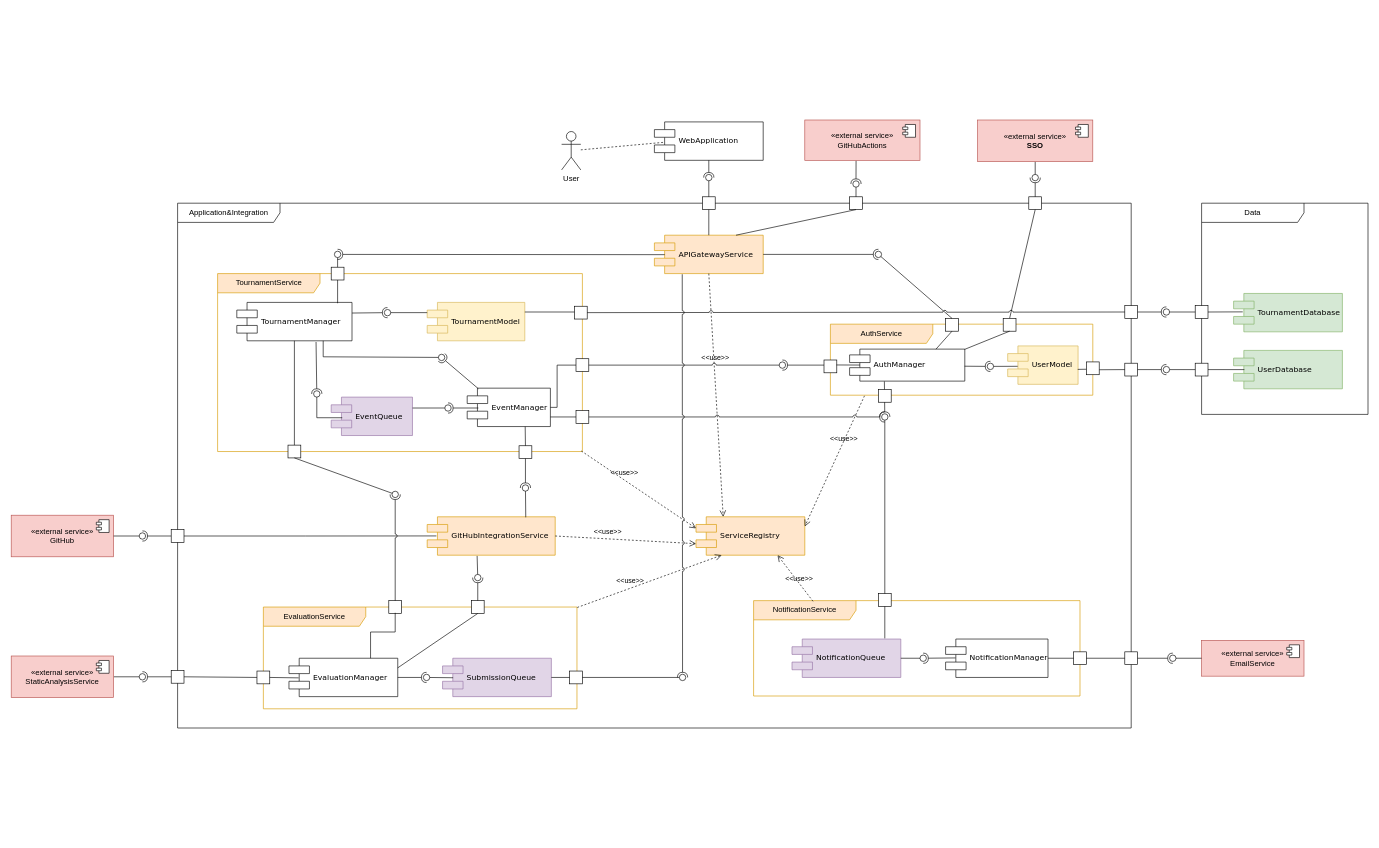
Above: DD/Diagrams/component_diagram.drawio in TommasoCapacci/SEII-2024-Capacci-Ginestroni (draw.io), before the change. Source tidied: cells renumbered, new cells numbered last; positions are measured from the earlier drawing's top-left corner, leaving out a move shared by most shapes. Both pictures are drawn from the tidied source at 64%, with x=0, y=0 at pixel (11, 11).
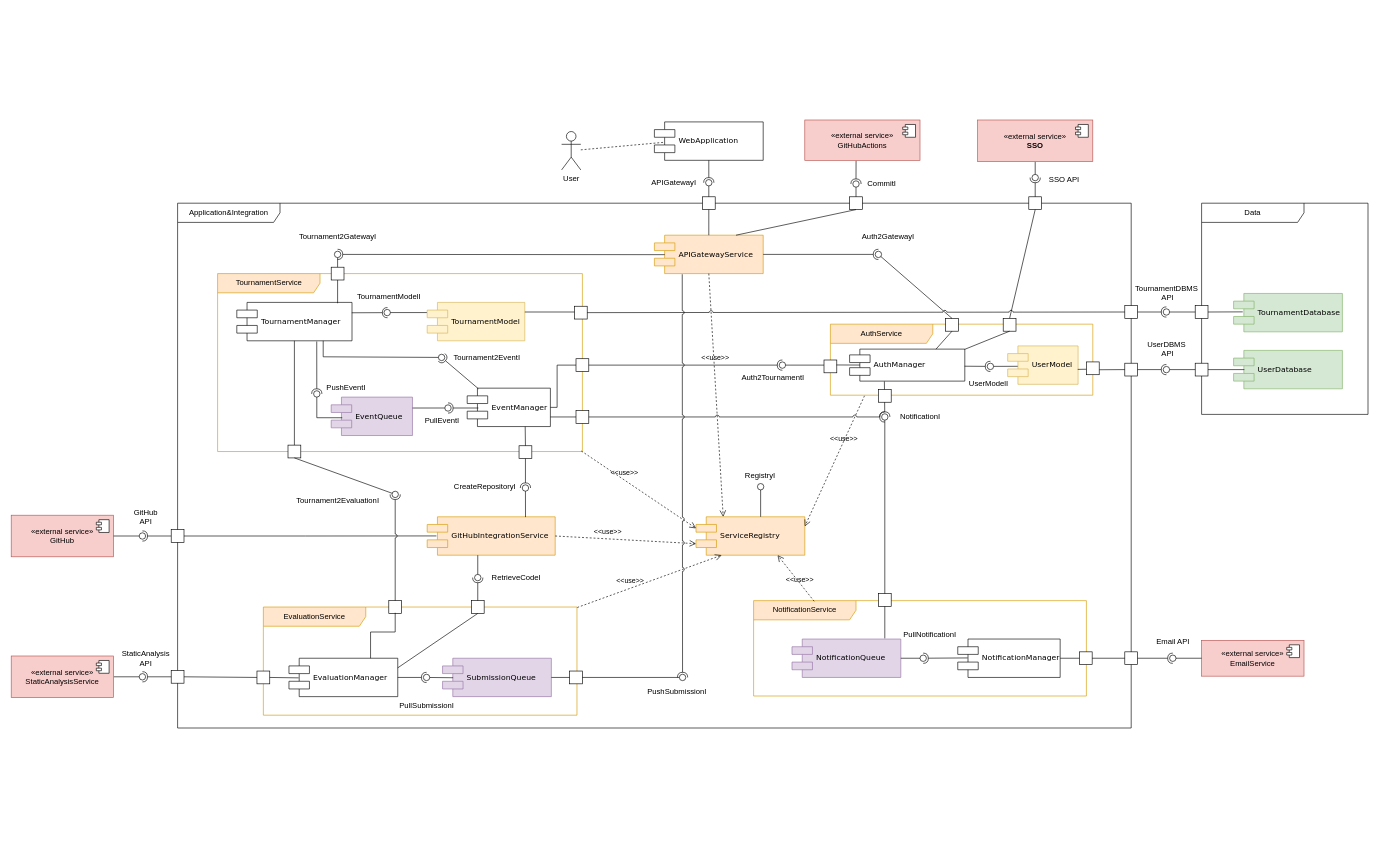
The same page after the edit.

Commit message (it also covers changes not shown here):
added interface names to component diagram

Unchanged cells that the change refers to:
```xml
<mxCell id="3" value="Application&amp;amp;Integration" style="shape=umlFrame;whiteSpace=wrap;html=1;width=160;" parent="1" vertex="1">
  <mxGeometry x="260" y="300" width="1490" height="820" as="geometry" />
</mxCell>
<mxCell id="5" value="GitHubIntegrationService" style="shape=component;align=left;spacingLeft=36;rounded=0;shadow=0;comic=0;labelBackgroundColor=none;strokeWidth=1;fontFamily=Verdana;fontSize=12;html=1;fillColor=#ffe6cc;strokeColor=#d79b00;" parent="3" vertex="1">
  <mxGeometry x="390" y="490" width="200" height="60" as="geometry" />
</mxCell>
<mxCell id="13" value="TournamentService" style="shape=umlFrame;whiteSpace=wrap;html=1;width=160;fillColor=#ffe6cc;strokeColor=#d79b00;" parent="3" vertex="1">
  <mxGeometry x="62.5" y="110" width="570" height="278" as="geometry" />
</mxCell>
<mxCell id="14" value="TournamentManager" style="shape=component;align=left;spacingLeft=36;rounded=0;shadow=0;comic=0;labelBackgroundColor=none;strokeWidth=1;fontFamily=Verdana;fontSize=12;html=1;" parent="13" vertex="1">
  <mxGeometry x="30" y="45" width="180" height="60" as="geometry" />
</mxCell>
<mxCell id="23" style="ellipse;whiteSpace=wrap;html=1;align=center;fillColor=none;strokeColor=none;perimeter=centerPerimeter;points=[];outlineConnect=1;" parent="13" vertex="1">
  <mxGeometry x="150" y="183" width="10" height="10" as="geometry" />
</mxCell>
<mxCell id="35" style="ellipse;whiteSpace=wrap;html=1;align=center;fillColor=none;strokeColor=none;perimeter=centerPerimeter;points=[];outlineConnect=1;" parent="13" vertex="1">
  <mxGeometry x="260.5" y="56" width="10" height="10" as="geometry" />
</mxCell>
<mxCell id="71" style="ellipse;whiteSpace=wrap;html=1;align=center;fillColor=none;strokeColor=none;perimeter=centerPerimeter;points=[];outlineConnect=1;" parent="3" vertex="1">
  <mxGeometry x="464" y="580" width="10" height="10" as="geometry" />
</mxCell>
<mxCell id="91" style="html=1;rounded=0;" parent="3" vertex="1">
  <mxGeometry x="622.5" y="243" width="20" height="20" as="geometry" />
</mxCell>
<mxCell id="158" style="ellipse;whiteSpace=wrap;html=1;align=center;fillColor=none;strokeColor=none;perimeter=centerPerimeter;points=[];outlineConnect=1;" parent="1" vertex="1">
  <mxGeometry x="798.5" y="740" width="10" height="10" as="geometry" />
</mxCell>
<mxCell id="170" style="ellipse;whiteSpace=wrap;html=1;align=center;fillColor=none;strokeColor=none;perimeter=centerPerimeter;points=[];outlineConnect=1;" parent="1" vertex="1">
  <mxGeometry x="1200" y="548" width="10" height="10" as="geometry" />
</mxCell>
```

Diff of the diagram source:
```diff
@@
-    <mxCell id="21" style="rounded=0;jettySize=auto;html=1;endArrow=halfCircle;endFill=0;endSize=6;strokeWidth=1;sketch=0;exitX=0.688;exitY=1.031;exitDx=0;exitDy=0;exitPerimeter=0;" parent="13" edge="1" source="14" target="23">
+    <mxCell id="21" style="rounded=0;jettySize=auto;html=1;endArrow=halfCircle;endFill=0;endSize=6;strokeWidth=1;sketch=0;exitX=0.694;exitY=1.018;exitDx=0;exitDy=0;exitPerimeter=0;" parent="13" edge="1" source="14" target="23">
       <mxGeometry relative="1" as="geometry" />
     </mxCell>
@@
-    <mxCell id="33" style="rounded=0;jettySize=auto;html=1;endArrow=halfCircle;endFill=0;endSize=6;strokeWidth=1;sketch=0;exitX=1.001;exitY=0.277;exitDx=0;exitDy=0;exitPerimeter=0;" parent="13" edge="1" source="14" target="35">
+    <mxCell id="33" style="rounded=0;jettySize=auto;html=1;endArrow=halfCircle;endFill=0;endSize=6;strokeWidth=1;sketch=0;exitX=0.998;exitY=0.27;exitDx=0;exitDy=0;exitPerimeter=0;" parent="13" edge="1" source="14" target="35">
       <mxGeometry relative="1" as="geometry" />
     </mxCell>
-    <mxCell id="34" style="rounded=0;jettySize=auto;html=1;endArrow=oval;endFill=0;sketch=0;sourcePerimeterSpacing=0;targetPerimeterSpacing=0;endSize=10;" parent="13" edge="1" target="35">
+    <mxCell id="34" style="rounded=0;orthogonalLoop=1;jettySize=auto;html=1;endArrow=oval;endFill=0;sketch=0;sourcePerimeterSpacing=0;targetPerimeterSpacing=0;endSize=10;" parent="13" edge="1">
       <mxGeometry relative="1" as="geometry">
-        <mxPoint x="327.5" y="61" as="sourcePoint" />
+        <mxPoint x="327" y="60.9" as="sourcePoint" />
+        <mxPoint x="265" y="60.9" as="targetPoint" />
       </mxGeometry>
     </mxCell>
@@
+    <mxCell id="182" value="TournamentModelI" style="text;html=1;align=center;verticalAlign=middle;strokeColor=none;fillColor=none;" parent="13" vertex="1">
+      <mxGeometry x="207.5" y="21" width="120" height="30" as="geometry" />
+    </mxCell>
+    <mxCell id="183" value="PushEventI" style="text;html=1;align=center;verticalAlign=middle;strokeColor=none;fillColor=none;" parent="13" vertex="1">
+      <mxGeometry x="160" y="163" width="80" height="30" as="geometry" />
+    </mxCell>
+    <mxCell id="184" value="PullEventI" style="text;html=1;align=center;verticalAlign=middle;strokeColor=none;fillColor=none;" parent="13" vertex="1">
+      <mxGeometry x="310" y="215" width="80" height="30" as="geometry" />
+    </mxCell>
+    <mxCell id="185" value="Tournament2EventI" style="text;html=1;align=center;verticalAlign=middle;strokeColor=none;fillColor=none;" parent="13" vertex="1">
+      <mxGeometry x="355" y="116" width="130" height="30" as="geometry" />
+    </mxCell>
     <mxCell id="36" value="EvaluationService" style="shape=umlFrame;whiteSpace=wrap;html=1;width=160;fillColor=#ffe6cc;strokeColor=#d79b00;" parent="3" vertex="1">
-      <mxGeometry x="134" y="631" width="490" height="159" as="geometry" />
+      <mxGeometry x="134" y="631" width="490" height="169" as="geometry" />
     </mxCell>
@@
+    <mxCell id="186" value="PullSubmissionI" style="text;html=1;align=center;verticalAlign=middle;strokeColor=none;fillColor=none;" parent="36" vertex="1">
+      <mxGeometry x="200" y="139" width="110" height="30" as="geometry" />
+    </mxCell>
@@
     <mxCell id="54" value="NotificationService" style="shape=umlFrame;whiteSpace=wrap;html=1;width=160;fillColor=#ffe6cc;strokeColor=#d79b00;" parent="3" vertex="1">
-      <mxGeometry x="900" y="621" width="510" height="149" as="geometry" />
+      <mxGeometry x="900" y="621" width="520" height="149" as="geometry" />
     </mxCell>
@@
     <mxCell id="56" value="NotificationManager" style="shape=component;align=left;spacingLeft=36;rounded=0;shadow=0;comic=0;labelBackgroundColor=none;strokeWidth=1;fontFamily=Verdana;fontSize=12;html=1;" parent="54" vertex="1">
-      <mxGeometry x="300" y="60" width="160" height="60" as="geometry" />
+      <mxGeometry x="319" y="60" width="160" height="60" as="geometry" />
     </mxCell>
@@
     <mxCell id="59" style="html=1;rounded=0;" parent="54" vertex="1">
-      <mxGeometry x="500" y="80" width="20" height="20" as="geometry" />
+      <mxGeometry x="509" y="80" width="20" height="20" as="geometry" />
     </mxCell>
@@
+    <mxCell id="187" value="PullNotificationI" style="text;html=1;align=center;verticalAlign=middle;strokeColor=none;fillColor=none;" parent="54" vertex="1">
+      <mxGeometry x="220" y="39" width="110" height="30" as="geometry" />
+    </mxCell>
@@
-    <mxCell id="73" style="rounded=0;jettySize=auto;html=1;endArrow=oval;endFill=0;sketch=0;sourcePerimeterSpacing=0;targetPerimeterSpacing=0;endSize=10;exitX=0.39;exitY=1.018;exitDx=0;exitDy=0;exitPerimeter=0;" parent="3" edge="1" source="5" target="71">
-      <mxGeometry relative="1" as="geometry" />
+    <mxCell id="73" style="rounded=0;jettySize=auto;html=1;endArrow=oval;endFill=0;sketch=0;sourcePerimeterSpacing=0;targetPerimeterSpacing=0;endSize=10;" parent="3" edge="1" target="71">
+      <mxGeometry relative="1" as="geometry">
+        <mxPoint x="469" y="550" as="sourcePoint" />
+      </mxGeometry>
     </mxCell>
@@
+    <mxCell id="188" value="NotificationI" style="text;html=1;align=center;verticalAlign=middle;strokeColor=none;fillColor=none;" parent="3" vertex="1">
+      <mxGeometry x="1115" y="319" width="90" height="30" as="geometry" />
+    </mxCell>
+    <mxCell id="189" value="Tournament2GatewayI" style="text;html=1;align=center;verticalAlign=middle;strokeColor=none;fillColor=none;" parent="3" vertex="1">
+      <mxGeometry x="180" y="38" width="140" height="30" as="geometry" />
+    </mxCell>
+    <mxCell id="190" value="Tournament2EvaluationI" style="text;html=1;align=center;verticalAlign=middle;strokeColor=none;fillColor=none;" parent="3" vertex="1">
+      <mxGeometry x="175" y="450" width="150" height="30" as="geometry" />
+    </mxCell>
+    <mxCell id="191" value="CreateRepositoryI" style="text;html=1;align=center;verticalAlign=middle;strokeColor=none;fillColor=none;" parent="3" vertex="1">
+      <mxGeometry x="420" y="428" width="120" height="30" as="geometry" />
+    </mxCell>
+    <mxCell id="192" value="RetrieveCodeI" style="text;html=1;align=center;verticalAlign=middle;strokeColor=none;fillColor=none;" parent="3" vertex="1">
+      <mxGeometry x="479" y="570" width="100" height="30" as="geometry" />
+    </mxCell>
+    <mxCell id="193" value="Auth2GatewayI" style="text;html=1;align=center;verticalAlign=middle;strokeColor=none;fillColor=none;" parent="3" vertex="1">
+      <mxGeometry x="1055" y="38" width="110" height="30" as="geometry" />
+    </mxCell>
+    <mxCell id="194" style="rounded=0;orthogonalLoop=1;jettySize=auto;html=1;endArrow=oval;endFill=0;sketch=0;sourcePerimeterSpacing=0;targetPerimeterSpacing=0;endSize=10;exitX=0.5;exitY=0;exitDx=0;exitDy=0;" parent="3" edge="1">
+      <mxGeometry relative="1" as="geometry">
+        <mxPoint x="911" y="490" as="sourcePoint" />
+        <mxPoint x="911" y="443" as="targetPoint" />
+      </mxGeometry>
+    </mxCell>
+    <mxCell id="195" style="ellipse;whiteSpace=wrap;html=1;align=center;fillColor=none;strokeColor=none;perimeter=centerPerimeter;" parent="3" vertex="1">
+      <mxGeometry x="890" y="438" width="10" height="10" as="geometry" />
+    </mxCell>
+    <mxCell id="196" value="RegistryI" style="text;html=1;align=center;verticalAlign=middle;strokeColor=none;fillColor=none;" parent="3" vertex="1">
+      <mxGeometry x="875" y="411" width="70" height="30" as="geometry" />
+    </mxCell>
@@
     <mxCell id="119" style="ellipse;whiteSpace=wrap;html=1;align=center;fillColor=none;strokeColor=none;perimeter=centerPerimeter;points=[];outlineConnect=1;" parent="1" vertex="1">
-      <mxGeometry x="1085" y="255" width="10" height="10" as="geometry" />
+      <mxGeometry x="1085" y="263" width="10" height="10" as="geometry" />
     </mxCell>
@@
-    <mxCell id="157" style="rounded=0;jettySize=auto;html=1;endArrow=oval;endFill=0;sketch=0;sourcePerimeterSpacing=0;targetPerimeterSpacing=0;endSize=10;exitX=0.77;exitY=0.014;exitDx=0;exitDy=0;exitPerimeter=0;" parent="1" edge="1" source="5" target="158">
+    <mxCell id="157" style="rounded=0;jettySize=auto;html=1;endArrow=oval;endFill=0;sketch=0;sourcePerimeterSpacing=0;targetPerimeterSpacing=0;endSize=10;exitX=0.768;exitY=0.008;exitDx=0;exitDy=0;exitPerimeter=0;" parent="1" edge="1" source="5" target="158">
       <mxGeometry relative="1" as="geometry" />
     </mxCell>
@@
-    <mxCell id="168" style="rounded=0;jettySize=auto;html=1;endArrow=halfCircle;endFill=0;endSize=6;strokeWidth=1;sketch=0;" parent="1" edge="1" target="170">
-      <mxGeometry relative="1" as="geometry">
-        <mxPoint x="1270" y="553" as="sourcePoint" />
-      </mxGeometry>
+    <mxCell id="168" style="rounded=0;jettySize=auto;html=1;endArrow=halfCircle;endFill=0;endSize=6;strokeWidth=1;sketch=0;exitX=1;exitY=0.5;exitDx=0;exitDy=0;" parent="1" edge="1" source="91" target="170">
+      <mxGeometry relative="1" as="geometry" />
     </mxCell>
-    <mxCell id="169" style="rounded=0;jettySize=auto;html=1;endArrow=oval;endFill=0;sketch=0;sourcePerimeterSpacing=0;targetPerimeterSpacing=0;endSize=10;exitX=1;exitY=0.5;exitDx=0;exitDy=0;jumpStyle=arc;" parent="1" edge="1" source="91" target="170">
-      <mxGeometry relative="1" as="geometry" />
+    <mxCell id="169" style="rounded=0;jettySize=auto;html=1;endArrow=oval;endFill=0;sketch=0;sourcePerimeterSpacing=0;targetPerimeterSpacing=0;endSize=10;jumpStyle=arc;" parent="1" edge="1" target="170">
+      <mxGeometry relative="1" as="geometry">
+        <mxPoint x="1270" y="553" as="sourcePoint" />
+      </mxGeometry>
     </mxCell>
@@
+    <mxCell id="197" value="CommitI" style="text;html=1;align=center;verticalAlign=middle;strokeColor=none;fillColor=none;" parent="1" vertex="1">
+      <mxGeometry x="1325" y="255" width="70" height="30" as="geometry" />
+    </mxCell>
+    <mxCell id="198" value="SSO API" style="text;html=1;align=center;verticalAlign=middle;strokeColor=none;fillColor=none;" parent="1" vertex="1">
+      <mxGeometry x="1610" y="248" width="70" height="30" as="geometry" />
+    </mxCell>
+    <mxCell id="199" value="TournamentDBMS&lt;br&gt;&amp;nbsp;API" style="text;html=1;align=center;verticalAlign=middle;strokeColor=none;fillColor=none;rotation=0;" parent="1" vertex="1">
+      <mxGeometry x="1745" y="420" width="120" height="40" as="geometry" />
+    </mxCell>
+    <mxCell id="200" value="UserDBMS&lt;br&gt;&amp;nbsp;API" style="text;html=1;align=center;verticalAlign=middle;strokeColor=none;fillColor=none;rotation=0;" parent="1" vertex="1">
+      <mxGeometry x="1765" y="508" width="80" height="40" as="geometry" />
+    </mxCell>
+    <mxCell id="201" value="Email API" style="text;html=1;align=center;verticalAlign=middle;strokeColor=none;fillColor=none;rotation=0;" parent="1" vertex="1">
+      <mxGeometry x="1775" y="971" width="80" height="30" as="geometry" />
+    </mxCell>
+    <mxCell id="202" value="StaticAnalysis&lt;br&gt;API" style="text;html=1;align=center;verticalAlign=middle;strokeColor=none;fillColor=none;rotation=0;" parent="1" vertex="1">
+      <mxGeometry x="160" y="991" width="100" height="40" as="geometry" />
+    </mxCell>
+    <mxCell id="203" value="GitHub&lt;br&gt;API" style="text;html=1;align=center;verticalAlign=middle;strokeColor=none;fillColor=none;rotation=0;" parent="1" vertex="1">
+      <mxGeometry x="180" y="770" width="60" height="40" as="geometry" />
+    </mxCell>
+    <mxCell id="204" value="APIGatewayI" style="text;html=1;align=center;verticalAlign=middle;strokeColor=none;fillColor=none;" parent="1" vertex="1">
+      <mxGeometry x="990" y="253" width="90" height="30" as="geometry" />
+    </mxCell>
+    <mxCell id="205" value="Auth2TournamentI" style="text;html=1;align=center;verticalAlign=middle;strokeColor=none;fillColor=none;" parent="1" vertex="1">
+      <mxGeometry x="1130" y="558" width="120" height="30" as="geometry" />
+    </mxCell>
+    <mxCell id="206" value="PushSubmissionI" style="text;html=1;align=center;verticalAlign=middle;strokeColor=none;fillColor=none;" parent="1" vertex="1">
+      <mxGeometry x="980" y="1048" width="120" height="30" as="geometry" />
+    </mxCell>
+    <mxCell id="207" value="UserModelI" style="text;html=1;align=center;verticalAlign=middle;strokeColor=none;fillColor=none;" parent="1" vertex="1">
+      <mxGeometry x="1487" y="567" width="80" height="30" as="geometry" />
+    </mxCell>
```
